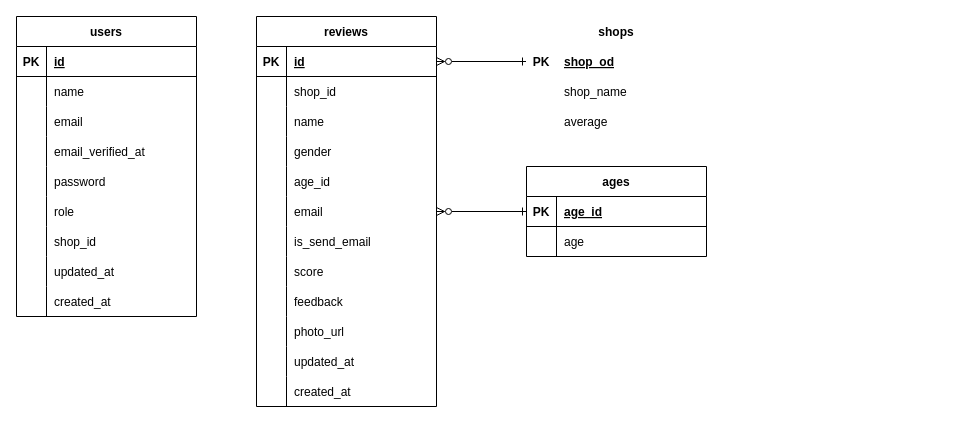
Above: diagram/ER.dio in junichi4250/questionary (draw.io), before the change. Source tidied: cells renumbered, new cells numbered last; positions are measured from the earlier drawing's top-left corner, leaving out a move shared by most shapes. Both pictures are drawn from the tidied source at 100%, with x=0, y=0 at pixel (16, 16).
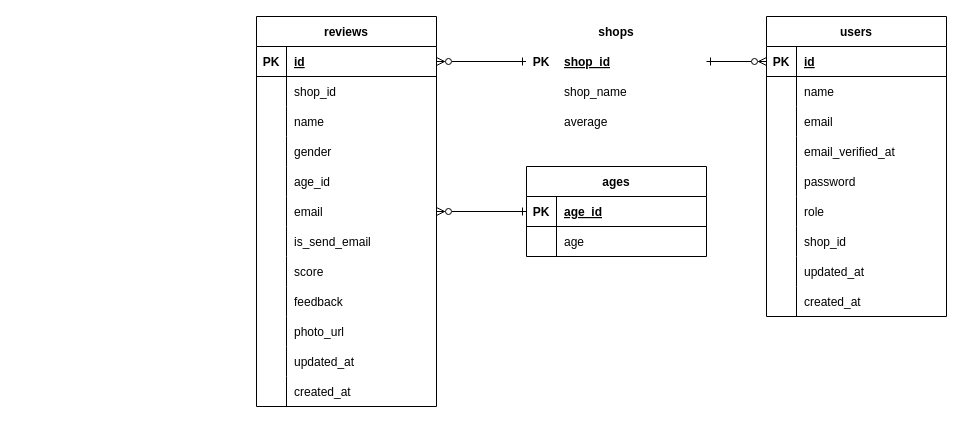
The same page after the edit.

The change refers to these unchanged cells:
```xml
<mxCell id="49" style="shape=partialRectangle;fillColor=none;top=0;left=0;bottom=1;right=0;points=[[0,0.5],[1,0.5]];portConstraint=eastwest;" parent="48" vertex="1">
  <mxGeometry y="30" width="180" height="30" as="geometry" />
</mxCell>
<mxCell id="77" style="shape=partialRectangle;fillColor=none;top=0;left=0;bottom=1;right=0;points=[[0,0.5],[1,0.5]];portConstraint=eastwest;strokeColor=#FFFFFF;" parent="76" vertex="1">
  <mxGeometry y="30" width="180" height="30" as="geometry" />
</mxCell>
```

What changed in the source:
```diff
@@
     <mxCell id="48" value="users" style="shape=table;startSize=30;childLayout=tableLayout;rowLines=0;fontStyle=1;align=center;" parent="1" vertex="1">
-      <mxGeometry width="180" height="300" as="geometry" />
+      <mxGeometry x="750" width="180" height="300" as="geometry" />
     </mxCell>
@@
-    <mxCell id="79" value="shop_od" style="shape=partialRectangle;fillColor=none;top=0;left=0;bottom=0;right=0;align=left;spacingLeft=6;fontStyle=5;overflow=hidden;strokeColor=#FFFFFF;" parent="77" vertex="1">
+    <mxCell id="79" value="shop_id" style="shape=partialRectangle;fillColor=none;top=0;left=0;bottom=0;right=0;align=left;spacingLeft=6;fontStyle=5;overflow=hidden;strokeColor=#FFFFFF;" parent="77" vertex="1">
       <mxGeometry x="30" width="150" height="30" as="geometry" />
     </mxCell>
@@
+    <mxCell id="86" style="edgeStyle=orthogonalEdgeStyle;html=1;exitX=1;exitY=0.5;exitDx=0;exitDy=0;entryX=0;entryY=0.5;entryDx=0;entryDy=0;endArrow=ERzeroToMany;endFill=0;startArrow=ERone;startFill=0;" parent="1" edge="1" source="77" target="49">
+      <mxGeometry relative="1" as="geometry" />
+    </mxCell>
```
